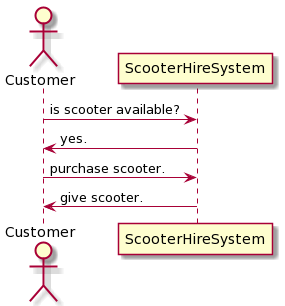
This is uml/diagrams/ScooterHire-Interface.png from james-d12/whitehatbootcamp, a PlantUML export, as it was before one commit.
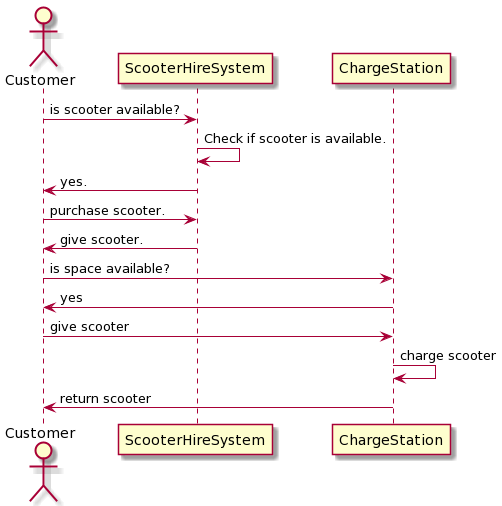
Later version of the same file.

The edit, as a diff of the source:
```diff
@@ -1,7 +1,15 @@
 @startuml
 actor Customer
 Customer -> ScooterHireSystem: is scooter available?
+ScooterHireSystem -> ScooterHireSystem: Check if scooter is available.
 ScooterHireSystem -> Customer: yes.
 Customer -> ScooterHireSystem: purchase scooter.
 ScooterHireSystem -> Customer: give scooter.
+
+
+Customer -> ChargeStation: is space available?
+ChargeStation -> Customer: yes
+Customer -> ChargeStation: give scooter
+ChargeStation -> ChargeStation: charge scooter
+ChargeStation -> Customer: return scooter
 @enduml
```
